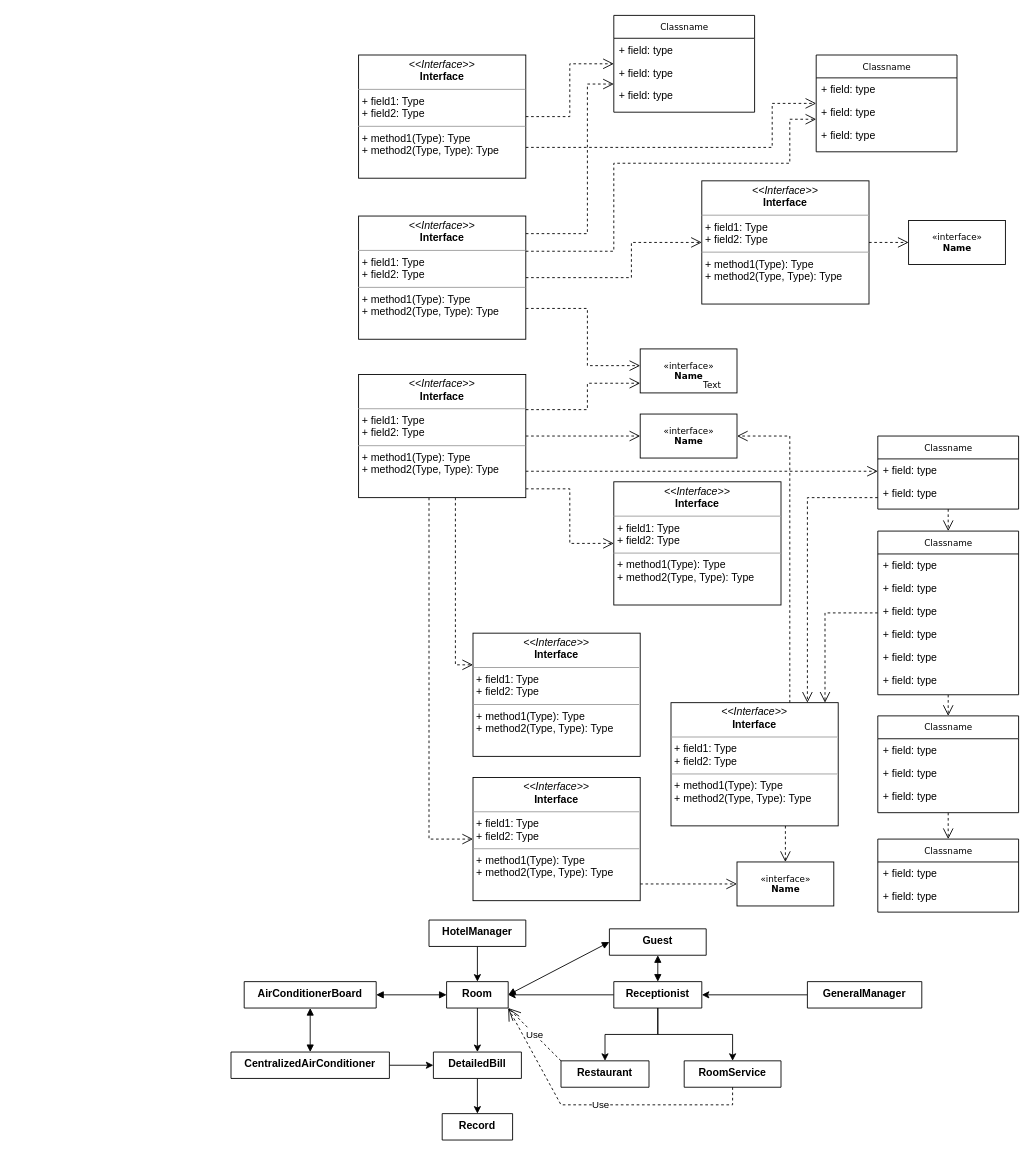
Before: UML.drawio in lyhkk/Test, a draw.io diagram. Source tidied: cells renumbered, new cells numbered last; positions are measured from the earlier drawing's top-left corner, leaving out a move shared by most shapes. Both pictures are drawn from the tidied source at 88%, with x=0, y=0 at pixel (231, 15).
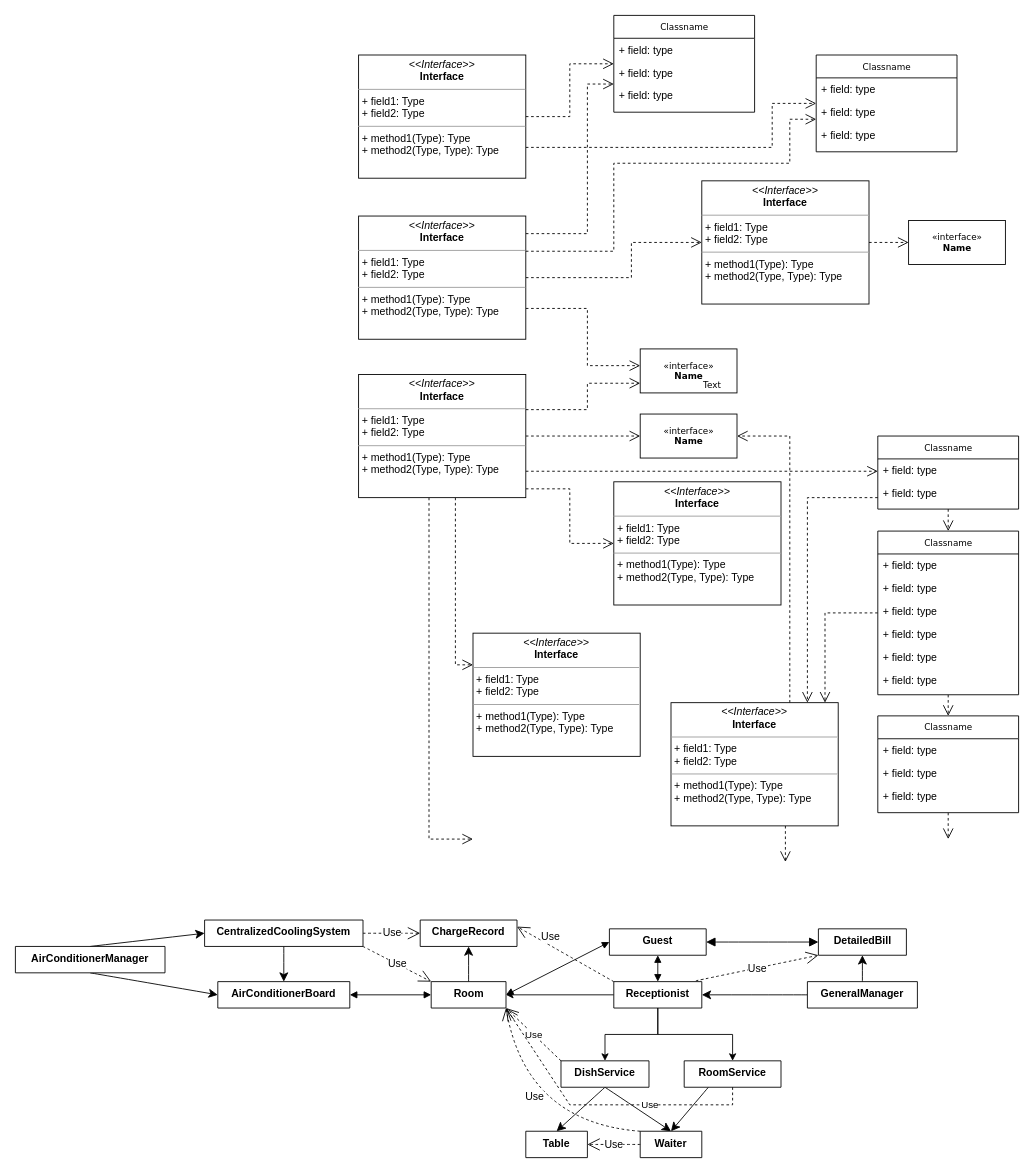
After the change.

The change refers to these unchanged cells:
```xml
<mxCell id="23" value="Classname" style="swimlane;html=1;fontStyle=0;horizontal=1;startSize=26;fillColor=none;swimlaneFillColor=#ffffff;rounded=0;shadow=0;comic=0;labelBackgroundColor=none;strokeWidth=1;fontFamily=Verdana;fontSize=10;align=center;" parent="1" vertex="1">
  <mxGeometry x="735" y="796" width="160" height="110" as="geometry" />
</mxCell>
<mxCell id="34" value="&lt;p style=&quot;margin:0px;margin-top:4px;text-align:center;&quot;&gt;&lt;i&gt;&amp;lt;&amp;lt;Interface&amp;gt;&amp;gt;&lt;/i&gt;&lt;br/&gt;&lt;b&gt;Interface&lt;/b&gt;&lt;/p&gt;&lt;hr size=&quot;1&quot;/&gt;&lt;p style=&quot;margin:0px;margin-left:4px;&quot;&gt;+ field1: Type&lt;br/&gt;+ field2: Type&lt;/p&gt;&lt;hr size=&quot;1&quot;/&gt;&lt;p style=&quot;margin:0px;margin-left:4px;&quot;&gt;+ method1(Type): Type&lt;br/&gt;+ method2(Type, Type): Type&lt;/p&gt;" style="verticalAlign=top;align=left;overflow=fill;fontSize=12;fontFamily=Helvetica;html=1;rounded=0;shadow=0;comic=0;labelBackgroundColor=none;strokeWidth=1;" parent="1" vertex="1">
  <mxGeometry x="500" y="781" width="190" height="140" as="geometry" />
</mxCell>
<mxCell id="59" value="&lt;p style=&quot;margin:0px;margin-top:4px;text-align:center;&quot;&gt;&lt;i&gt;&amp;lt;&amp;lt;Interface&amp;gt;&amp;gt;&lt;/i&gt;&lt;br/&gt;&lt;b&gt;Interface&lt;/b&gt;&lt;/p&gt;&lt;hr size=&quot;1&quot;/&gt;&lt;p style=&quot;margin:0px;margin-left:4px;&quot;&gt;+ field1: Type&lt;br/&gt;+ field2: Type&lt;/p&gt;&lt;hr size=&quot;1&quot;/&gt;&lt;p style=&quot;margin:0px;margin-left:4px;&quot;&gt;+ method1(Type): Type&lt;br/&gt;+ method2(Type, Type): Type&lt;/p&gt;" style="verticalAlign=top;align=left;overflow=fill;fontSize=12;fontFamily=Helvetica;html=1;rounded=0;shadow=0;comic=0;labelBackgroundColor=none;strokeWidth=1;" parent="1" vertex="1">
  <mxGeometry x="145" y="408" width="190" height="140" as="geometry" />
</mxCell>
<mxCell id="65" value="Guest" style="swimlane;fontStyle=1;align=center;verticalAlign=top;horizontal=1;startSize=30;whiteSpace=wrap;html=1;" parent="1" vertex="1" collapsed="1">
  <mxGeometry x="430" y="1038" width="110" height="30" as="geometry" />
</mxCell>
<mxCell id="71" value="Receptionist" style="swimlane;fontStyle=1;align=center;verticalAlign=top;horizontal=1;startSize=30;whiteSpace=wrap;html=1;" parent="1" vertex="1" collapsed="1">
  <mxGeometry x="435" y="1098" width="100" height="30" as="geometry" />
</mxCell>
<mxCell id="84" value="RoomService" style="swimlane;fontStyle=1;align=center;verticalAlign=top;horizontal=1;startSize=30;whiteSpace=wrap;html=1;" parent="1" vertex="1" collapsed="1">
  <mxGeometry x="515" y="1188" width="110" height="30" as="geometry" />
</mxCell>
```

Diff of the diagram source:
```diff
@@
-    <mxCell id="19" value="Classname" style="swimlane;html=1;fontStyle=0;horizontal=1;startSize=26;fillColor=none;swimlaneFillColor=#ffffff;rounded=0;shadow=0;comic=0;labelBackgroundColor=none;strokeWidth=1;fontFamily=Verdana;fontSize=10;align=center;" parent="1" vertex="1">
-      <mxGeometry x="735" y="936" width="160" height="83" as="geometry" />
-    </mxCell>
-    <mxCell id="20" value="+ field: type" style="text;html=1;strokeColor=none;fillColor=none;align=left;verticalAlign=top;spacingLeft=4;spacingRight=4;whiteSpace=wrap;overflow=hidden;" parent="19" vertex="1">
-      <mxGeometry y="26" width="160" height="26" as="geometry" />
-    </mxCell>
-    <mxCell id="21" value="+ field: type" style="text;html=1;strokeColor=none;fillColor=none;align=left;verticalAlign=top;spacingLeft=4;spacingRight=4;whiteSpace=wrap;overflow=hidden;" parent="19" vertex="1">
-      <mxGeometry y="52" width="160" height="26" as="geometry" />
-    </mxCell>
-    <mxCell id="22" style="edgeStyle=orthogonalEdgeStyle;rounded=0;html=1;dashed=1;labelBackgroundColor=none;startFill=0;endArrow=open;endFill=0;endSize=10;fontFamily=Verdana;fontSize=10;" parent="1" edge="1" source="23" target="19">
-      <mxGeometry relative="1" as="geometry" />
+    <mxCell id="22" style="edgeStyle=orthogonalEdgeStyle;rounded=0;html=1;dashed=1;labelBackgroundColor=none;startFill=0;endArrow=open;endFill=0;endSize=10;fontFamily=Verdana;fontSize=10;" parent="1" edge="1" source="23">
+      <mxGeometry relative="1" as="geometry">
+        <mxPoint x="815" y="936" as="targetPoint" />
+      </mxGeometry>
     </mxCell>
@@
-    <mxCell id="31" value="&amp;laquo;interface&amp;raquo;&lt;br&gt;&lt;b&gt;Name&lt;/b&gt;" style="html=1;rounded=0;shadow=0;comic=0;labelBackgroundColor=none;strokeWidth=1;fontFamily=Verdana;fontSize=10;align=center;" parent="1" vertex="1">
-      <mxGeometry x="575" y="962" width="110" height="50" as="geometry" />
-    </mxCell>
-    <mxCell id="32" style="edgeStyle=orthogonalEdgeStyle;rounded=0;html=1;dashed=1;labelBackgroundColor=none;startFill=0;endArrow=open;endFill=0;endSize=10;fontFamily=Verdana;fontSize=10;" parent="1" edge="1" source="34" target="31">
+    <mxCell id="32" style="edgeStyle=orthogonalEdgeStyle;rounded=0;html=1;dashed=1;labelBackgroundColor=none;startFill=0;endArrow=open;endFill=0;endSize=10;fontFamily=Verdana;fontSize=10;" parent="1" edge="1" source="34">
       <mxGeometry relative="1" as="geometry">
+        <mxPoint x="630" y="962" as="targetPoint" />
         <Array as="points">
           <mxPoint x="630" y="928" />
           <mxPoint x="630" y="928" />
         </Array>
       </mxGeometry>
     </mxCell>
@@
-    <mxCell id="36" style="edgeStyle=orthogonalEdgeStyle;rounded=0;html=1;dashed=1;labelBackgroundColor=none;startFill=0;endArrow=open;endFill=0;endSize=10;fontFamily=Verdana;fontSize=10;" parent="1" edge="1" source="37" target="31">
-      <mxGeometry relative="1" as="geometry">
-        <Array as="points">
-          <mxPoint x="495" y="987" />
-          <mxPoint x="495" y="987" />
-        </Array>
-      </mxGeometry>
-    </mxCell>
-    <mxCell id="37" value="&lt;p style=&quot;margin:0px;margin-top:4px;text-align:center;&quot;&gt;&lt;i&gt;&amp;lt;&amp;lt;Interface&amp;gt;&amp;gt;&lt;/i&gt;&lt;br/&gt;&lt;b&gt;Interface&lt;/b&gt;&lt;/p&gt;&lt;hr size=&quot;1&quot;/&gt;&lt;p style=&quot;margin:0px;margin-left:4px;&quot;&gt;+ field1: Type&lt;br/&gt;+ field2: Type&lt;/p&gt;&lt;hr size=&quot;1&quot;/&gt;&lt;p style=&quot;margin:0px;margin-left:4px;&quot;&gt;+ method1(Type): Type&lt;br/&gt;+ method2(Type, Type): Type&lt;/p&gt;" style="verticalAlign=top;align=left;overflow=fill;fontSize=12;fontFamily=Helvetica;html=1;rounded=0;shadow=0;comic=0;labelBackgroundColor=none;strokeWidth=1;" parent="1" vertex="1">
-      <mxGeometry x="275" y="866" width="190" height="140" as="geometry" />
-    </mxCell>
@@
-    <mxCell id="58" style="edgeStyle=orthogonalEdgeStyle;rounded=0;html=1;dashed=1;labelBackgroundColor=none;startFill=0;endArrow=open;endFill=0;endSize=10;fontFamily=Verdana;fontSize=10;" parent="1" edge="1" source="59" target="37">
+    <mxCell id="58" style="edgeStyle=orthogonalEdgeStyle;rounded=0;html=1;dashed=1;labelBackgroundColor=none;startFill=0;endArrow=open;endFill=0;endSize=10;fontFamily=Verdana;fontSize=10;" parent="1" edge="1" source="59">
       <mxGeometry relative="1" as="geometry">
+        <mxPoint x="275" y="936" as="targetPoint" />
         <Array as="points">
           <mxPoint x="225" y="936" />
         </Array>
       </mxGeometry>
     </mxCell>
@@
-    <mxCell id="61" style="edgeStyle=orthogonalEdgeStyle;rounded=0;jettySize=auto;html=1;exitX=0.5;exitY=1;exitDx=0;exitDy=0;entryX=0.5;entryY=0;entryDx=0;entryDy=0;" parent="1" edge="1" source="62" target="67">
+    <mxCell id="61" style="edgeStyle=none;curved=1;rounded=0;jettySize=auto;html=1;exitX=0.5;exitY=0;exitDx=0;exitDy=0;entryX=0.5;entryY=1;entryDx=0;entryDy=0;fontSize=12;startSize=8;endSize=8;" parent="1" edge="1" source="62" target="67">
       <mxGeometry relative="1" as="geometry" />
     </mxCell>
     <mxCell id="62" value="Room" style="swimlane;fontStyle=1;align=center;verticalAlign=top;horizontal=1;startSize=30;whiteSpace=wrap;html=1;" parent="1" vertex="1" collapsed="1">
-      <mxGeometry x="245" y="1098" width="70" height="30" as="geometry" />
+      <mxGeometry x="227.5" y="1098" width="85" height="30" as="geometry" />
     </mxCell>
-    <mxCell id="63" style="edgeStyle=orthogonalEdgeStyle;rounded=0;jettySize=auto;html=1;exitX=0.5;exitY=1;exitDx=0;exitDy=0;entryX=0.5;entryY=0;entryDx=0;entryDy=0;" parent="1" edge="1" source="64" target="62">
-      <mxGeometry relative="1" as="geometry" />
-    </mxCell>
+    <mxCell id="86" style="edgeStyle=none;curved=1;rounded=0;jettySize=auto;html=1;exitX=0.5;exitY=1;exitDx=0;exitDy=0;entryX=0;entryY=0.5;entryDx=0;entryDy=0;fontSize=12;startSize=8;endSize=8;" parent="1" edge="1" source="64" target="74">
+      <mxGeometry relative="1" as="geometry" />
+    </mxCell>
+    <mxCell id="87" style="edgeStyle=none;curved=1;rounded=0;jettySize=auto;html=1;exitX=0.5;exitY=0;exitDx=0;exitDy=0;entryX=0;entryY=0.5;entryDx=0;entryDy=0;fontSize=12;startSize=8;endSize=8;" parent="1" edge="1" source="64" target="76">
+      <mxGeometry relative="1" as="geometry" />
+    </mxCell>
-    <mxCell id="64" value="HotelManager" style="swimlane;fontStyle=1;align=center;verticalAlign=top;horizontal=1;startSize=30;whiteSpace=wrap;html=1;" parent="1" vertex="1" collapsed="1">
-      <mxGeometry x="225" y="1028" width="110" height="30" as="geometry" />
+    <mxCell id="64" value="AirConditionerManager" style="swimlane;fontStyle=1;align=center;verticalAlign=top;horizontal=1;startSize=30;whiteSpace=wrap;html=1;" parent="1" vertex="1" collapsed="1">
+      <mxGeometry x="-245" y="1058" width="170" height="30" as="geometry" />
     </mxCell>
@@
-    <mxCell id="66" style="edgeStyle=orthogonalEdgeStyle;rounded=0;jettySize=auto;html=1;exitX=0.5;exitY=1;exitDx=0;exitDy=0;entryX=0.5;entryY=0;entryDx=0;entryDy=0;" parent="1" edge="1" source="67" target="77">
-      <mxGeometry relative="1" as="geometry" />
-    </mxCell>
-    <mxCell id="67" value="DetailedBill" style="swimlane;fontStyle=1;align=center;verticalAlign=top;horizontal=1;startSize=30;whiteSpace=wrap;html=1;" parent="1" vertex="1" collapsed="1">
-      <mxGeometry x="230" y="1178" width="100" height="30" as="geometry" />
+    <mxCell id="67" value="ChargeRecord" style="swimlane;fontStyle=1;align=center;verticalAlign=top;horizontal=1;startSize=30;whiteSpace=wrap;html=1;" parent="1" vertex="1" collapsed="1">
+      <mxGeometry x="215" y="1028" width="110" height="30" as="geometry" />
     </mxCell>
@@
+    <mxCell id="88" style="edgeStyle=none;curved=1;rounded=0;jettySize=auto;html=1;exitX=0.5;exitY=0;exitDx=0;exitDy=0;entryX=0.5;entryY=1;entryDx=0;entryDy=0;fontSize=12;startSize=8;endSize=8;" parent="1" edge="1" source="73" target="99">
+      <mxGeometry relative="1" as="geometry" />
+    </mxCell>
-    <mxCell id="72" style="edgeStyle=orthogonalEdgeStyle;rounded=0;jettySize=auto;html=1;exitX=0;exitY=0.5;exitDx=0;exitDy=0;entryX=1;entryY=0.5;entryDx=0;entryDy=0;" parent="1" edge="1" source="73" target="71">
+    <mxCell id="72" style="edgeStyle=none;curved=1;rounded=0;jettySize=auto;html=1;exitX=0;exitY=0.5;exitDx=0;exitDy=0;fontSize=12;startSize=8;endSize=8;" parent="1" edge="1" source="73" target="71">
       <mxGeometry relative="1" as="geometry" />
     </mxCell>
     <mxCell id="73" value="GeneralManager" style="swimlane;fontStyle=1;align=center;verticalAlign=top;horizontal=1;startSize=30;whiteSpace=wrap;html=1;" parent="1" vertex="1" collapsed="1">
-      <mxGeometry x="655" y="1098" width="130" height="30" as="geometry" />
+      <mxGeometry x="655" y="1098" width="125" height="30" as="geometry" />
     </mxCell>
     <mxCell id="74" value="AirConditionerBoard" style="swimlane;fontStyle=1;align=center;verticalAlign=top;horizontal=1;startSize=50;whiteSpace=wrap;html=1;" parent="1" vertex="1" collapsed="1">
-      <mxGeometry x="15" y="1098" width="150" height="30" as="geometry" />
+      <mxGeometry x="-15" y="1098" width="150" height="30" as="geometry" />
     </mxCell>
-    <mxCell id="75" style="edgeStyle=orthogonalEdgeStyle;rounded=0;jettySize=auto;html=1;exitX=1;exitY=0.5;exitDx=0;exitDy=0;entryX=0;entryY=0.5;entryDx=0;entryDy=0;" parent="1" edge="1" source="76" target="67">
-      <mxGeometry relative="1" as="geometry" />
-    </mxCell>
+    <mxCell id="89" style="edgeStyle=none;curved=1;rounded=0;jettySize=auto;html=1;exitX=0.5;exitY=1;exitDx=0;exitDy=0;fontSize=12;startSize=8;endSize=8;entryX=0.5;entryY=0;entryDx=0;entryDy=0;" parent="1" edge="1" source="76" target="74">
+      <mxGeometry relative="1" as="geometry" />
+    </mxCell>
-    <mxCell id="76" value="CentralizedAirConditioner" style="swimlane;fontStyle=1;align=center;verticalAlign=top;horizontal=1;startSize=30;whiteSpace=wrap;html=1;" parent="1" vertex="1" collapsed="1">
-      <mxGeometry y="1178" width="180" height="30" as="geometry" />
+    <mxCell id="76" value="CentralizedCoolingSystem" style="swimlane;fontStyle=1;align=center;verticalAlign=top;horizontal=1;startSize=30;whiteSpace=wrap;html=1;" parent="1" vertex="1" collapsed="1">
+      <mxGeometry x="-30" y="1028" width="180" height="30" as="geometry" />
     </mxCell>
-    <mxCell id="77" value="Record" style="swimlane;fontStyle=1;align=center;verticalAlign=top;horizontal=1;startSize=30;whiteSpace=wrap;html=1;" parent="1" vertex="1" collapsed="1">
-      <mxGeometry x="240" y="1248" width="80" height="30" as="geometry" />
-    </mxCell>
@@
-    <mxCell id="81" style="endArrow=block;startArrow=block;endFill=1;startFill=1;html=1;rounded=0;exitX=0.5;exitY=1;exitDx=0;exitDy=0;entryX=0.5;entryY=0;entryDx=0;entryDy=0;" parent="1" edge="1" source="74" target="76">
-      <mxGeometry relative="1" as="geometry" />
-    </mxCell>
+    <mxCell id="90" style="edgeStyle=none;curved=1;rounded=0;jettySize=auto;html=1;exitX=0.5;exitY=1;exitDx=0;exitDy=0;entryX=0.5;entryY=0;entryDx=0;entryDy=0;fontSize=12;startSize=8;endSize=8;" parent="1" edge="1" source="82" target="93">
+      <mxGeometry relative="1" as="geometry" />
+    </mxCell>
+    <mxCell id="91" style="edgeStyle=none;curved=1;rounded=0;jettySize=auto;html=1;exitX=0.5;exitY=1;exitDx=0;exitDy=0;fontSize=12;startSize=8;endSize=8;entryX=0.5;entryY=0;entryDx=0;entryDy=0;" parent="1" edge="1" source="82" target="94">
+      <mxGeometry relative="1" as="geometry" />
+    </mxCell>
-    <mxCell id="82" value="Restaurant" style="swimlane;fontStyle=1;align=center;verticalAlign=top;horizontal=1;startSize=86;whiteSpace=wrap;html=1;" parent="1" vertex="1" collapsed="1">
+    <mxCell id="82" value="DishService" style="swimlane;fontStyle=1;align=center;verticalAlign=top;horizontal=1;startSize=86;whiteSpace=wrap;html=1;" parent="1" vertex="1" collapsed="1">
       <mxGeometry x="375" y="1188" width="100" height="30" as="geometry" />
     </mxCell>
@@
+    <mxCell id="92" style="edgeStyle=none;curved=1;rounded=0;jettySize=auto;html=1;exitX=0.25;exitY=1;exitDx=0;exitDy=0;entryX=0.5;entryY=0;entryDx=0;entryDy=0;fontSize=12;startSize=8;endSize=8;" parent="1" edge="1" source="84" target="94">
+      <mxGeometry relative="1" as="geometry" />
+    </mxCell>
@@
     <mxCell id="85" value="Use" style="endArrow=open;endSize=12;dashed=1;html=1;rounded=0;exitX=0.5;exitY=1;exitDx=0;exitDy=0;entryX=1;entryY=1;entryDx=0;entryDy=0;" parent="1" edge="1" source="84" target="62">
-      <mxGeometry relative="1" as="geometry">
+      <mxGeometry x="-0.32" relative="1" as="geometry">
         <Array as="points">
           <mxPoint x="570" y="1238" />
-          <mxPoint x="375" y="1238" />
+          <mxPoint x="385" y="1238" />
         </Array>
       </mxGeometry>
     </mxCell>
+    <mxCell id="93" value="Table" style="swimlane;fontStyle=1;align=center;verticalAlign=top;horizontal=1;startSize=30;whiteSpace=wrap;html=1;" parent="1" vertex="1" collapsed="1">
+      <mxGeometry x="335" y="1268" width="70" height="30" as="geometry" />
+    </mxCell>
+    <mxCell id="94" value="Waiter" style="swimlane;fontStyle=1;align=center;verticalAlign=top;horizontal=1;startSize=30;whiteSpace=wrap;html=1;" parent="1" vertex="1" collapsed="1">
+      <mxGeometry x="465" y="1268" width="70" height="30" as="geometry" />
+    </mxCell>
+    <mxCell id="95" value="Use" style="endArrow=open;endSize=12;dashed=1;html=1;rounded=0;fontSize=12;curved=1;exitX=0;exitY=0.5;exitDx=0;exitDy=0;entryX=1;entryY=0.5;entryDx=0;entryDy=0;" parent="1" edge="1" source="94" target="93">
+      <mxGeometry relative="1" as="geometry" />
+    </mxCell>
+    <mxCell id="96" value="Use" style="endArrow=open;endSize=12;dashed=1;html=1;rounded=0;fontSize=12;curved=1;exitX=0;exitY=0;exitDx=0;exitDy=0;entryX=1;entryY=1;entryDx=0;entryDy=0;" parent="1" edge="1" source="94" target="62">
+      <mxGeometry x="0.2" y="-15" relative="1" as="geometry">
+        <Array as="points">
+          <mxPoint x="335" y="1258" />
+        </Array>
+      </mxGeometry>
+    </mxCell>
+    <mxCell id="97" value="Use" style="endArrow=open;endSize=12;dashed=1;html=1;rounded=0;fontSize=12;curved=1;exitX=1;exitY=1;exitDx=0;exitDy=0;entryX=0;entryY=0;entryDx=0;entryDy=0;" parent="1" edge="1" source="76" target="62">
+      <mxGeometry relative="1" as="geometry" />
+    </mxCell>
+    <mxCell id="75" value="Use" style="endArrow=open;endSize=12;dashed=1;html=1;rounded=0;fontSize=12;curved=1;exitX=1;exitY=0.5;exitDx=0;exitDy=0;entryX=0;entryY=0.5;entryDx=0;entryDy=0;" parent="1" edge="1" source="76" target="67">
+      <mxGeometry relative="1" as="geometry" />
+    </mxCell>
+    <mxCell id="98" style="endArrow=block;startArrow=block;endFill=1;startFill=1;html=1;rounded=0;fontSize=12;startSize=8;endSize=8;curved=1;exitX=1;exitY=0.5;exitDx=0;exitDy=0;entryX=0;entryY=0.5;entryDx=0;entryDy=0;" parent="1" edge="1" source="65" target="99">
+      <mxGeometry relative="1" as="geometry" />
+    </mxCell>
+    <mxCell id="99" value="DetailedBill" style="swimlane;fontStyle=1;align=center;verticalAlign=top;horizontal=1;startSize=30;whiteSpace=wrap;html=1;" parent="1" vertex="1" collapsed="1">
+      <mxGeometry x="667.5" y="1038" width="100" height="30" as="geometry" />
+    </mxCell>
+    <mxCell id="100" value="Use" style="endArrow=open;endSize=12;dashed=1;html=1;rounded=0;fontSize=12;curved=1;exitX=0.933;exitY=-0.033;exitDx=0;exitDy=0;exitPerimeter=0;entryX=0;entryY=1;entryDx=0;entryDy=0;" parent="1" edge="1" source="71" target="99">
+      <mxGeometry relative="1" as="geometry" />
+    </mxCell>
+    <mxCell id="101" value="Use" style="endArrow=open;endSize=12;dashed=1;html=1;rounded=0;fontSize=12;curved=1;exitX=0;exitY=0;exitDx=0;exitDy=0;entryX=1;entryY=0.25;entryDx=0;entryDy=0;" parent="1" edge="1" source="71" target="67">
+      <mxGeometry x="0.37" y="-9" relative="1" as="geometry">
+        <mxPoint x="-1" as="offset" />
+      </mxGeometry>
+    </mxCell>
```
